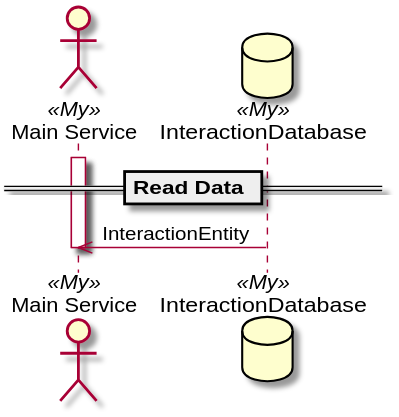
TypedUseCase/tuc-console keeps this PlantUML diagram as docs/tuc/examples/read-data.svg. Above is the earlier version.
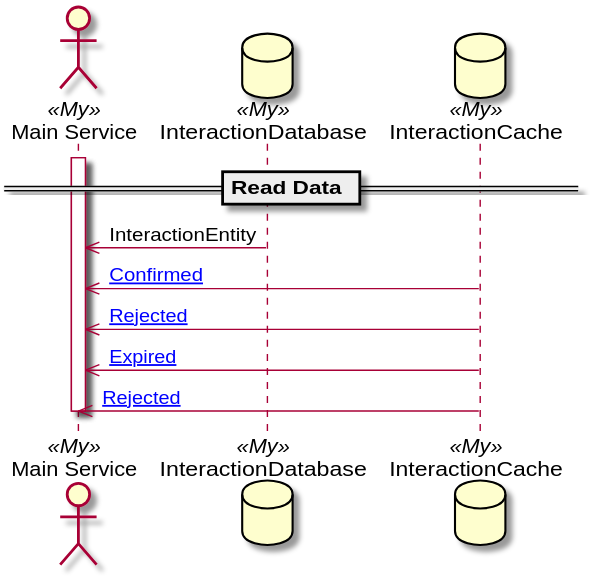
After the change.

The edit, as a diff of the source:
```diff
@@ -5,9 +5,14 @@
 
 actor "Main Service" as MainService <<My>>
 database "InteractionDatabase" as InteractionDatabase <<My>>
+database "InteractionCache" as InteractionCache <<My>>
 
 activate MainService
 InteractionDatabase ->> MainService: InteractionEntity
+InteractionCache ->> MainService: [[{InteractionEvent.Confirmed}Confirmed]]
+InteractionCache ->> MainService: [[{InteractionEvent.Rejected}Rejected]]
+InteractionCache ->> MainService: [[{InteractionEvent.Rejected.Expired}Expired]]
+InteractionCache ->> MainService: [[{InteractionEvent.Rejected.Rejected}Rejected]]
 
 deactivate MainService
 @enduml
```
